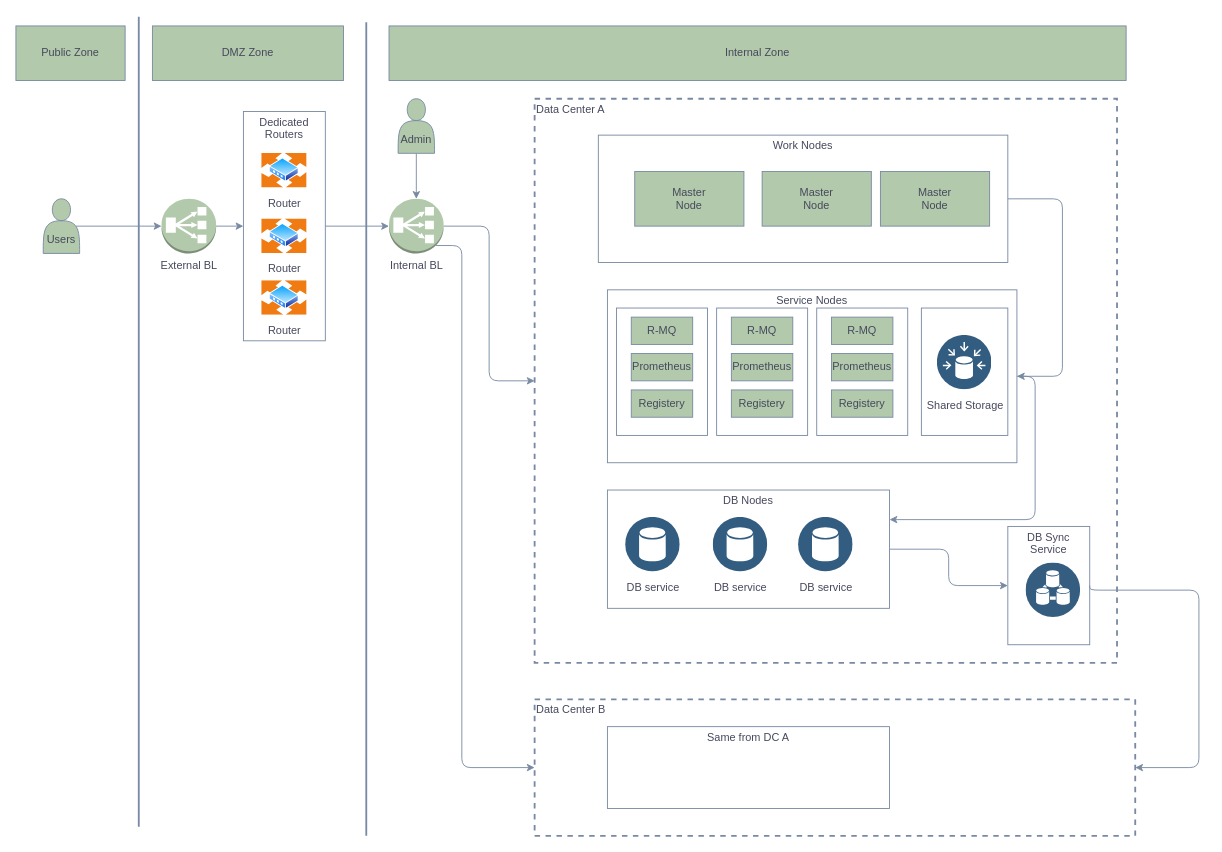
Before: page "Physical Operational Diagram" (5 of 5) of DD_Logical_Arch_overview.drawio in JackZhao2517/drawio_folder, a draw.io diagram. Source tidied: cells renumbered, new cells numbered last; positions are measured from the earlier drawing's top-left corner, leaving out a move shared by most shapes. Both pictures are drawn from the tidied source at 91%, with x=0, y=0 at pixel (15, 16).
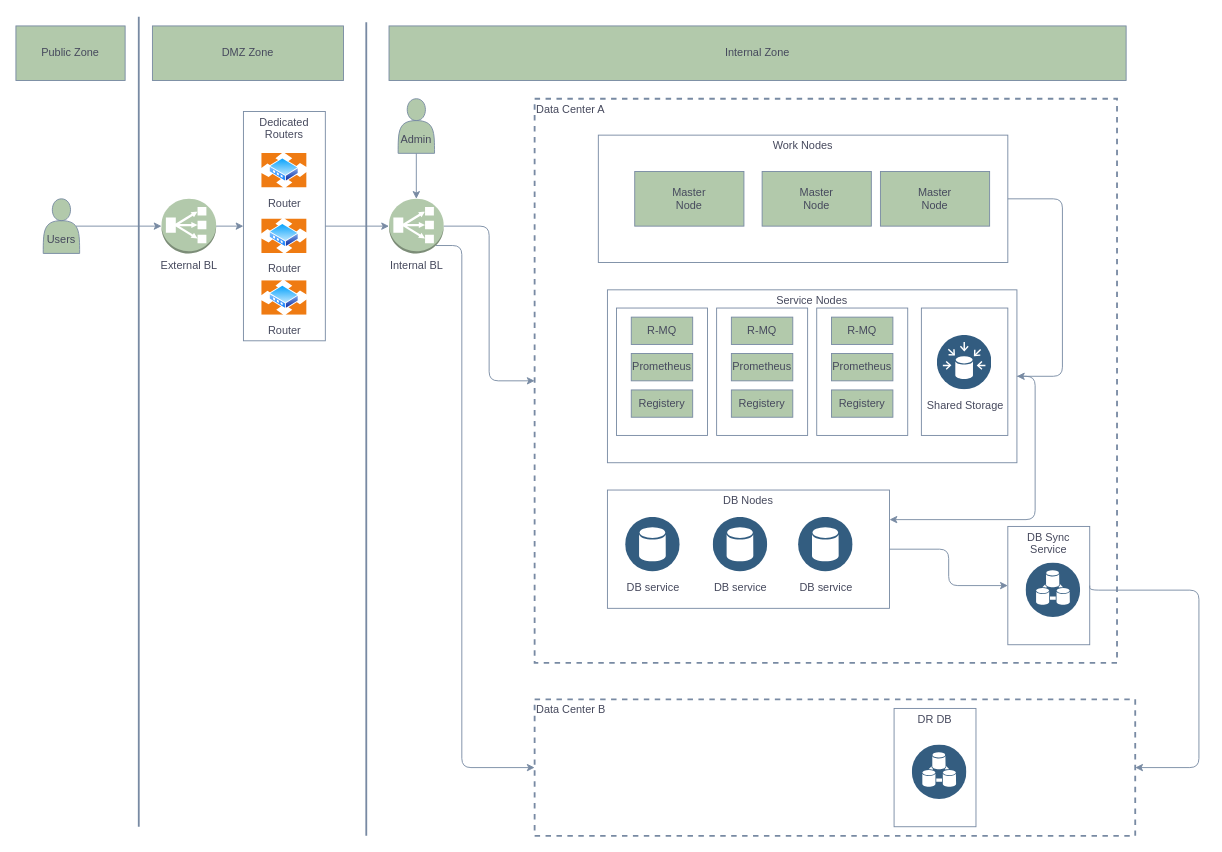
Above is the later version.

The change refers to these unchanged cells:
```xml
<mxCell id="48" value="&lt;div align=&quot;left&quot;&gt;Data Center B&lt;br&gt;&lt;/div&gt;" style="fontStyle=0;verticalAlign=top;align=left;spacingTop=-2;fillColor=none;whiteSpace=wrap;html=1;strokeColor=#788AA3;strokeWidth=2;dashed=1;fontColor=#46495D;" parent="1" vertex="1">
  <mxGeometry x="570" y="750" width="660" height="150" as="geometry" />
</mxCell>
```

Change to the diagram source:
```diff
@@
-    <mxCell id="49" value="Same from DC A" style="fontStyle=0;verticalAlign=top;align=center;spacingTop=-2;fillColor=none;whiteSpace=wrap;html=1;strokeColor=#788AA3;strokeWidth=1;dashed=0;fontColor=#46495D;" parent="48" vertex="1">
-      <mxGeometry x="80" y="30" width="310" height="90" as="geometry" />
-    </mxCell>
+    <mxCell id="53" value="DR DB" style="fontStyle=0;verticalAlign=top;align=center;spacingTop=-2;fillColor=none;whiteSpace=wrap;html=1;strokeColor=#788AA3;strokeWidth=1;dashed=0;fontColor=#46495D;" parent="48" vertex="1">
+      <mxGeometry x="395" y="10" width="90" height="130" as="geometry" />
+    </mxCell>
+    <mxCell id="54" style="perimeter=ellipsePerimeter;html=1;align=center;shadow=0;dashed=0;fontColor=#46495D;fontSize=12;spacingTop=3;image;image=img/lib/ibm/data/device_registry.svg;fillColor=#B2C9AB;strokeColor=#788AA3;" parent="53" vertex="1">
+      <mxGeometry x="20" y="40" width="60" height="60" as="geometry" />
+    </mxCell>
```
